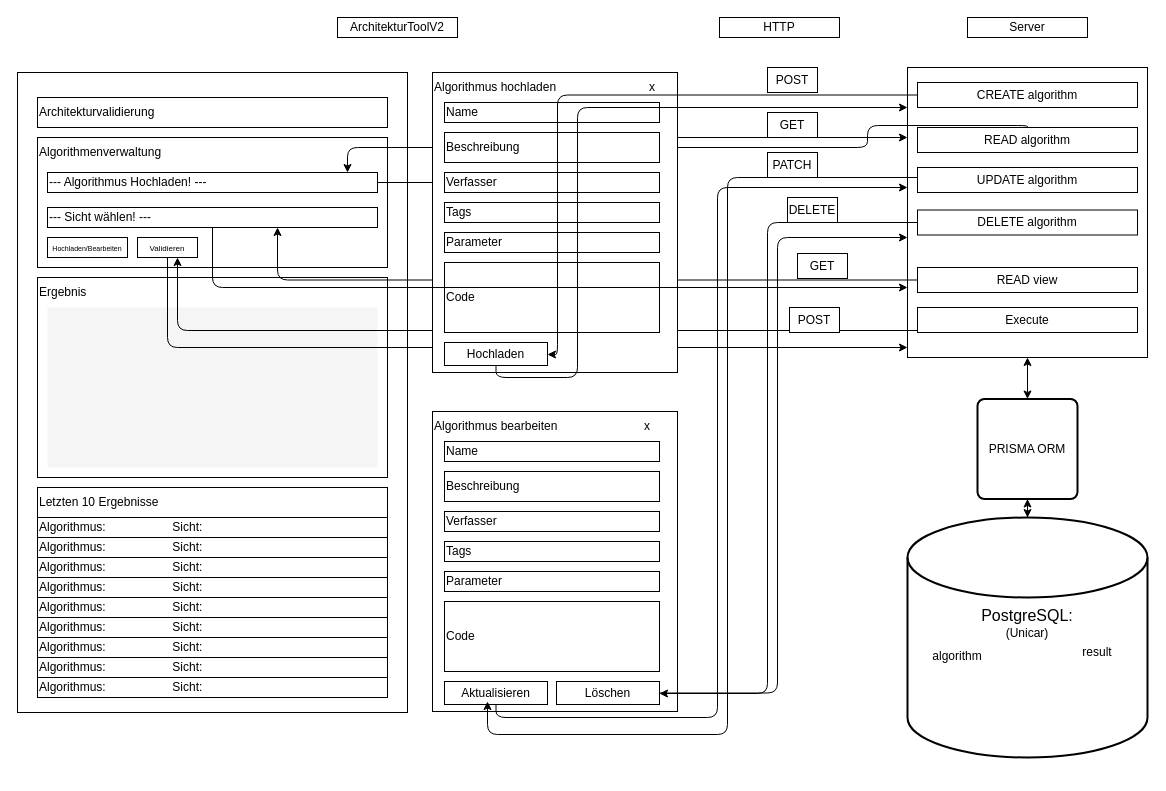
The draw.io diagram Unbenanntes Diagramm.drawio in rrasaratnam/Thesis, before the edit. Source tidied: cells renumbered, new cells numbered last; positions are measured from the earlier drawing's top-left corner, leaving out a move shared by most shapes. Both pictures are drawn from the tidied source at 100%, with x=0, y=0 at pixel (17, 17).
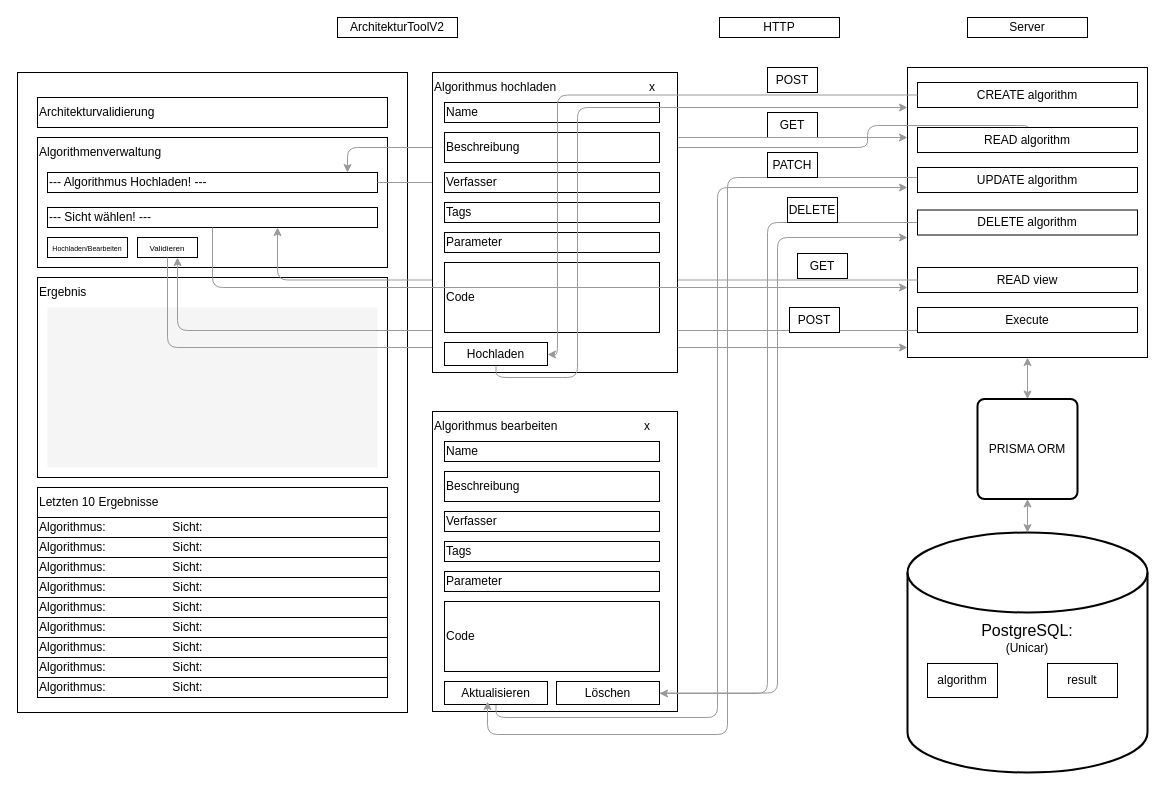
The same page after the edit.

Commit message:
Overview Angepasst

Unchanged cells that the change refers to:
```xml
<mxCell id="2" style="rounded=0;whiteSpace=wrap;html=1;" parent="1" vertex="1">
  <mxGeometry x="890" y="50" width="240" height="290" as="geometry" />
</mxCell>
<mxCell id="8" value="--- Algorithmus Hochladen! ---" style="rounded=0;whiteSpace=wrap;html=1;align=left;" parent="3" vertex="1">
  <mxGeometry x="30" y="100" width="330" height="20" as="geometry" />
</mxCell>
<mxCell id="9" value="--- Sicht wählen! ---" style="rounded=0;whiteSpace=wrap;html=1;align=left;" parent="3" vertex="1">
  <mxGeometry x="30" y="135" width="330" height="20" as="geometry" />
</mxCell>
<mxCell id="11" value="&lt;font style=&quot;font-size: 8px;&quot;&gt;Validieren&lt;/font&gt;" style="rounded=0;whiteSpace=wrap;html=1;" parent="3" vertex="1">
  <mxGeometry x="120" y="165" width="60" height="20" as="geometry" />
</mxCell>
<mxCell id="41" value="Aktualisieren" style="rounded=0;whiteSpace=wrap;html=1;" parent="1" vertex="1">
  <mxGeometry x="427" y="664" width="103" height="23" as="geometry" />
</mxCell>
<mxCell id="43" value="Löschen" style="rounded=0;whiteSpace=wrap;html=1;" parent="1" vertex="1">
  <mxGeometry x="539" y="664" width="103" height="23" as="geometry" />
</mxCell>
<mxCell id="45" value="CREATE algorithm" style="rounded=0;whiteSpace=wrap;html=1;" parent="1" vertex="1">
  <mxGeometry x="900" y="65" width="220" height="25" as="geometry" />
</mxCell>
<mxCell id="47" value="UPDATE algorithm" style="rounded=0;whiteSpace=wrap;html=1;" parent="1" vertex="1">
  <mxGeometry x="900" y="150" width="220" height="25" as="geometry" />
</mxCell>
<mxCell id="49" value="READ algorithm" style="rounded=0;whiteSpace=wrap;html=1;" parent="1" vertex="1">
  <mxGeometry x="900" y="110" width="220" height="25" as="geometry" />
</mxCell>
<mxCell id="51" value="DELETE algorithm" style="rounded=0;whiteSpace=wrap;html=1;" parent="1" vertex="1">
  <mxGeometry x="900" y="192.5" width="220" height="25" as="geometry" />
</mxCell>
<mxCell id="52" value="Execute" style="rounded=0;whiteSpace=wrap;html=1;" parent="1" vertex="1">
  <mxGeometry x="900" y="290" width="220" height="25" as="geometry" />
</mxCell>
<mxCell id="53" value="READ view" style="rounded=0;whiteSpace=wrap;html=1;" parent="1" vertex="1">
  <mxGeometry x="900" y="250" width="220" height="25" as="geometry" />
</mxCell>
<mxCell id="55" value="PRISMA ORM" style="rounded=1;whiteSpace=wrap;html=1;absoluteArcSize=1;arcSize=14;strokeWidth=2;" parent="1" vertex="1">
  <mxGeometry x="960" y="381.5" width="100" height="100" as="geometry" />
</mxCell>
<mxCell id="79" value="Hochladen" style="rounded=0;whiteSpace=wrap;html=1;" parent="69" vertex="1">
  <mxGeometry x="12" y="270" width="103" height="23" as="geometry" />
</mxCell>
```

The edit, as a diff of the source:
```diff
@@
-    <mxCell id="26" style="edgeStyle=orthogonalEdgeStyle;rounded=1;jettySize=auto;html=1;curved=0;" parent="1" edge="1" source="11" target="2">
+    <mxCell id="26" style="edgeStyle=orthogonalEdgeStyle;rounded=1;jettySize=auto;html=1;curved=0;strokeColor=#999999;" parent="1" edge="1" source="11" target="2">
       <mxGeometry relative="1" as="geometry">
         <Array as="points">
           <mxPoint x="150" y="330" />
         </Array>
       </mxGeometry>
     </mxCell>
-    <mxCell id="27" style="edgeStyle=orthogonalEdgeStyle;rounded=1;jettySize=auto;html=1;curved=0;" parent="1" edge="1" source="52" target="11">
+    <mxCell id="27" style="edgeStyle=orthogonalEdgeStyle;rounded=1;jettySize=auto;html=1;curved=0;strokeColor=#999999;" parent="1" edge="1" source="52" target="11">
       <mxGeometry relative="1" as="geometry">
         <Array as="points">
           <mxPoint x="160" y="313" />
         </Array>
       </mxGeometry>
     </mxCell>
@@
-    <mxCell id="40" style="edgeStyle=orthogonalEdgeStyle;rounded=1;jettySize=auto;html=1;curved=0;" parent="1" edge="1" source="41" target="2">
+    <mxCell id="40" style="edgeStyle=orthogonalEdgeStyle;rounded=1;jettySize=auto;html=1;curved=0;strokeColor=#999999;" parent="1" edge="1" source="41" target="2">
       <mxGeometry relative="1" as="geometry">
         <Array as="points">
           <mxPoint x="479" y="700" />
           <mxPoint x="700" y="700" />
           <mxPoint x="700" y="170" />
         </Array>
       </mxGeometry>
     </mxCell>
@@
-    <mxCell id="42" style="edgeStyle=orthogonalEdgeStyle;rounded=1;jettySize=auto;html=1;curved=0;" parent="1" edge="1" source="43" target="2">
+    <mxCell id="42" style="edgeStyle=orthogonalEdgeStyle;rounded=1;jettySize=auto;html=1;curved=0;strokeColor=#999999;" parent="1" edge="1" source="43" target="2">
       <mxGeometry relative="1" as="geometry">
         <Array as="points">
           <mxPoint x="760" y="676" />
           <mxPoint x="760" y="220" />
         </Array>
       </mxGeometry>
     </mxCell>
@@
-    <mxCell id="46" style="edgeStyle=orthogonalEdgeStyle;rounded=1;jettySize=auto;html=1;curved=0;" parent="1" edge="1" source="47">
+    <mxCell id="46" style="edgeStyle=orthogonalEdgeStyle;rounded=1;jettySize=auto;html=1;curved=0;strokeColor=#999999;" parent="1" edge="1" source="47">
       <mxGeometry relative="1" as="geometry">
         <mxPoint x="470" y="684" as="targetPoint" />
         <Array as="points">
           <mxPoint x="710" y="160" />
           <mxPoint x="710" y="717" />
           <mxPoint x="470" y="717" />
         </Array>
       </mxGeometry>
     </mxCell>
@@
-    <mxCell id="48" style="edgeStyle=orthogonalEdgeStyle;rounded=1;jettySize=auto;html=1;curved=0;" parent="1" edge="1" source="49" target="8">
+    <mxCell id="48" style="edgeStyle=orthogonalEdgeStyle;rounded=1;jettySize=auto;html=1;curved=0;strokeColor=#999999;" parent="1" edge="1" source="49" target="8">
       <mxGeometry relative="1" as="geometry">
         <Array as="points">
           <mxPoint x="850" y="108" />
           <mxPoint x="850" y="130" />
           <mxPoint x="330" y="130" />
         </Array>
       </mxGeometry>
     </mxCell>
@@
-    <mxCell id="50" style="edgeStyle=orthogonalEdgeStyle;rounded=1;jettySize=auto;html=1;curved=0;" parent="1" edge="1" source="51" target="43">
+    <mxCell id="50" style="edgeStyle=orthogonalEdgeStyle;rounded=1;jettySize=auto;html=1;curved=0;strokeColor=#999999;" parent="1" edge="1" source="51" target="43">
       <mxGeometry relative="1" as="geometry">
         <Array as="points">
           <mxPoint x="750" y="205" />
           <mxPoint x="750" y="676" />
         </Array>
       </mxGeometry>
     </mxCell>
@@
     <mxCell id="54" value="&lt;div&gt;&lt;span style=&quot;font-size: 16px;&quot;&gt;PostgreSQL:&lt;/span&gt;&lt;/div&gt;&lt;div&gt;(Unicar)&lt;/div&gt;&lt;div&gt;&lt;br&gt;&lt;/div&gt;&lt;div&gt;&lt;br&gt;&lt;/div&gt;" style="strokeWidth=2;html=1;shape=mxgraph.flowchart.database;whiteSpace=wrap;" parent="1" vertex="1">
-      <mxGeometry x="890" y="500" width="240" height="240" as="geometry" />
+      <mxGeometry x="890" y="515" width="240" height="240" as="geometry" />
     </mxCell>
@@
-    <mxCell id="56" style="endArrow=classic;html=1;rounded=0;" parent="1" edge="1" source="54" target="55">
-      <mxGeometry relative="1" as="geometry" />
-    </mxCell>
-    <mxCell id="57" value="algorithm" style="text;html=1;align=center;verticalAlign=middle;whiteSpace=wrap;rounded=0;" parent="1" vertex="1">
-      <mxGeometry x="910" y="624" width="60" height="30" as="geometry" />
-    </mxCell>
-    <mxCell id="58" value="result" style="text;html=1;align=center;verticalAlign=middle;whiteSpace=wrap;rounded=0;" parent="1" vertex="1">
-      <mxGeometry x="1050" y="620" width="60" height="30" as="geometry" />
-    </mxCell>
-    <mxCell id="59" style="endArrow=classic;html=1;rounded=0;" parent="1" edge="1" source="55" target="54">
-      <mxGeometry relative="1" as="geometry" />
-    </mxCell>
-    <mxCell id="60" style="endArrow=classic;startArrow=classic;html=1;rounded=0;" parent="1" edge="1" source="55" target="2">
+    <mxCell id="60" style="endArrow=classic;startArrow=classic;html=1;rounded=0;strokeColor=#999999;" parent="1" edge="1" source="55" target="2">
       <mxGeometry relative="1" as="geometry" />
     </mxCell>
@@
-    <mxCell id="67" style="edgeStyle=orthogonalEdgeStyle;rounded=1;jettySize=auto;html=1;curved=0;" parent="1" edge="1" source="8" target="2">
+    <mxCell id="67" style="edgeStyle=orthogonalEdgeStyle;rounded=1;jettySize=auto;html=1;curved=0;strokeColor=#999999;" parent="1" edge="1" source="8" target="2">
       <mxGeometry relative="1" as="geometry">
         <Array as="points">
           <mxPoint x="625" y="165" />
           <mxPoint x="625" y="120" />
         </Array>
       </mxGeometry>
     </mxCell>
-    <mxCell id="68" style="edgeStyle=orthogonalEdgeStyle;rounded=1;jettySize=auto;html=1;curved=0;" parent="1" edge="1" source="53" target="9">
+    <mxCell id="68" style="edgeStyle=orthogonalEdgeStyle;rounded=1;jettySize=auto;html=1;curved=0;strokeColor=#999999;" parent="1" edge="1" source="53" target="9">
       <mxGeometry relative="1" as="geometry">
         <Array as="points">
           <mxPoint x="260" y="263" />
         </Array>
       </mxGeometry>
     </mxCell>
@@
-    <mxCell id="81" style="edgeStyle=orthogonalEdgeStyle;rounded=1;jettySize=auto;html=1;curved=0;" parent="1" edge="1" source="45" target="79">
+    <mxCell id="81" style="edgeStyle=orthogonalEdgeStyle;rounded=1;jettySize=auto;html=1;curved=0;strokeColor=#999999;" parent="1" edge="1" source="45" target="79">
       <mxGeometry relative="1" as="geometry">
         <Array as="points">
           <mxPoint x="540" y="78" />
           <mxPoint x="540" y="337" />
         </Array>
       </mxGeometry>
     </mxCell>
-    <mxCell id="82" style="edgeStyle=orthogonalEdgeStyle;rounded=1;jettySize=auto;html=1;curved=0;" parent="1" edge="1" source="79" target="2">
+    <mxCell id="82" style="edgeStyle=orthogonalEdgeStyle;rounded=1;jettySize=auto;html=1;curved=0;strokeColor=#999999;" parent="1" edge="1" source="79" target="2">
       <mxGeometry relative="1" as="geometry">
         <Array as="points">
           <mxPoint x="479" y="360" />
           <mxPoint x="560" y="360" />
           <mxPoint x="560" y="90" />
         </Array>
       </mxGeometry>
     </mxCell>
-    <mxCell id="83" style="edgeStyle=orthogonalEdgeStyle;rounded=1;jettySize=auto;html=1;curved=0;" parent="1" edge="1" source="9" target="2">
+    <mxCell id="83" style="edgeStyle=orthogonalEdgeStyle;rounded=1;jettySize=auto;html=1;curved=0;strokeColor=#999999;" parent="1" edge="1" source="9" target="2">
       <mxGeometry relative="1" as="geometry">
         <Array as="points">
           <mxPoint x="195" y="270" />
         </Array>
       </mxGeometry>
     </mxCell>
+    <mxCell id="56" style="endArrow=classic;startArrow=classic;html=1;rounded=0;strokeColor=#999999;" parent="1" edge="1" source="54" target="55">
+      <mxGeometry relative="1" as="geometry" />
+    </mxCell>
+    <mxCell id="57" value="algorithm" style="rounded=0;whiteSpace=wrap;html=1;" parent="1" vertex="1">
+      <mxGeometry x="910" y="646" width="70" height="34" as="geometry" />
+    </mxCell>
+    <mxCell id="58" value="result" style="rounded=0;whiteSpace=wrap;html=1;" parent="1" vertex="1">
+      <mxGeometry x="1030" y="646" width="70" height="34" as="geometry" />
+    </mxCell>
```
